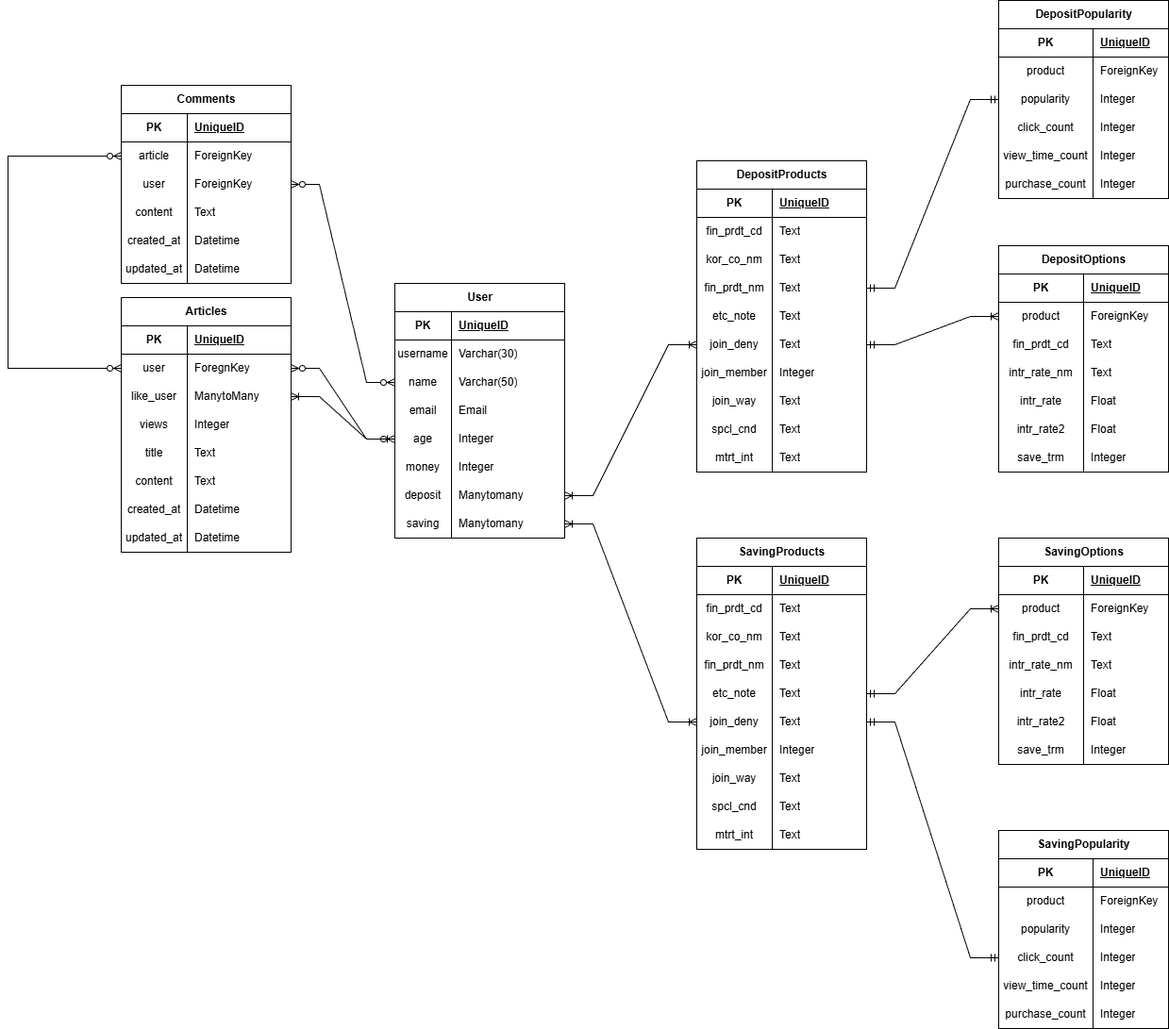
Riis-KIM/PJT-final keeps this draw.io diagram as README_img/ERD.png. Above is the earlier version. Source tidied: cells renumbered, new cells last; positions are measured from the earlier drawing's top-left corner, leaving out a move shared by most shapes.
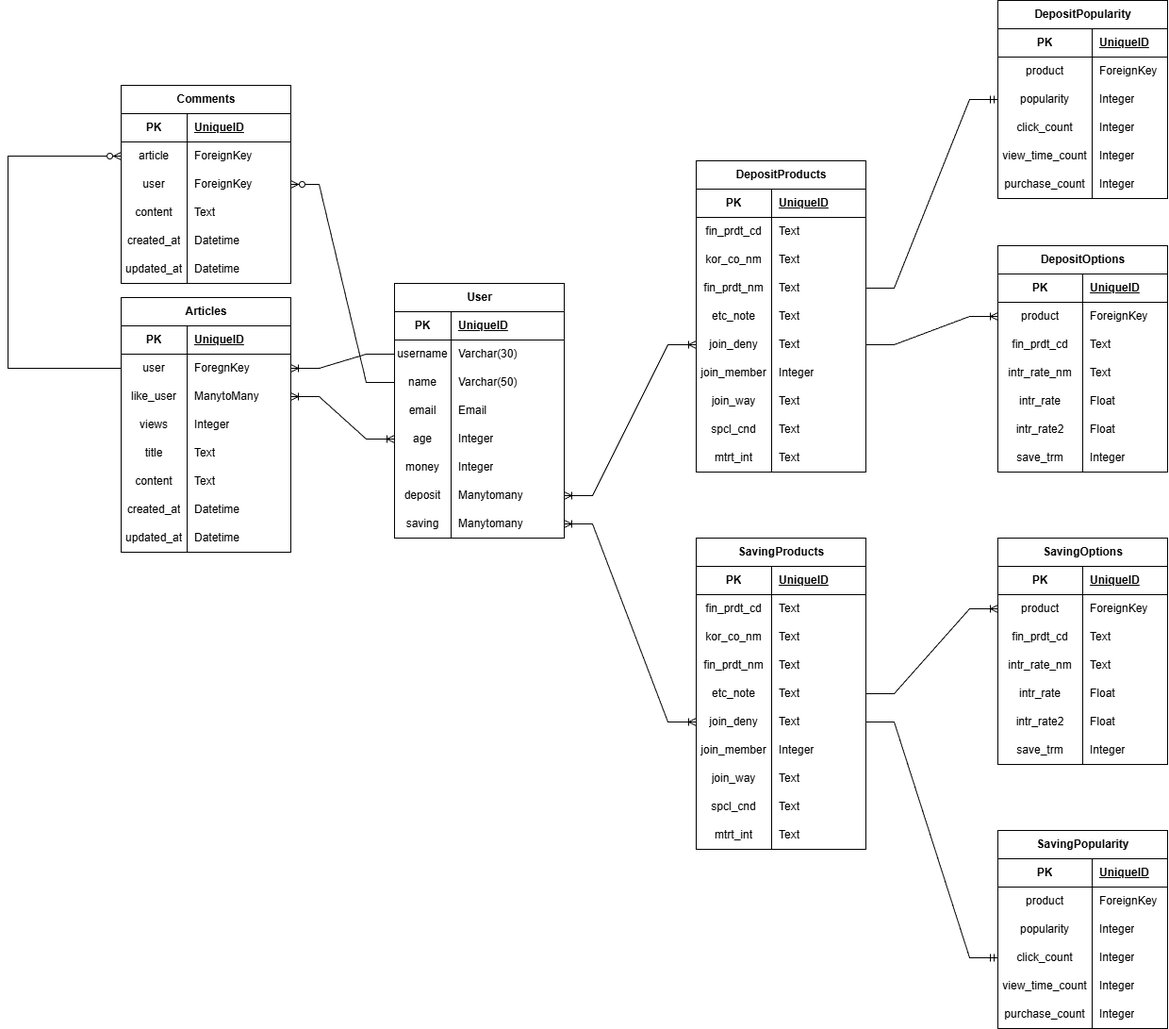
The same file after the commit.

Diff of the diagram source:
```diff
@@ -395,10 +395,10 @@
     <mxCell id="132" value="Integer" style="shape=partialRectangle;fillColor=none;top=0;left=0;bottom=0;right=0;align=left;spacingLeft=6;overflow=hidden;whiteSpace=wrap;html=1;" parent="130" vertex="1">
       <mxGeometry x="90" width="90" height="30" as="geometry" />
     </mxCell>
-    <mxCell id="133" style="edgeStyle=entityRelationEdgeStyle;fontSize=12;html=1;endArrow=ERoneToMany;startArrow=ERmandOne;rounded=0;exitX=1;exitY=0.5;exitDx=0;exitDy=0;" parent="1" edge="1" source="43" target="93">
+    <mxCell id="133" style="edgeStyle=entityRelationEdgeStyle;fontSize=12;html=1;endArrow=ERoneToMany;startArrow=baseDash;rounded=0;exitX=1;exitY=0.5;exitDx=0;exitDy=0;startFill=0;" parent="1" edge="1" source="43" target="93">
       <mxGeometry relative="1" as="geometry" />
     </mxCell>
-    <mxCell id="134" style="edgeStyle=entityRelationEdgeStyle;fontSize=12;html=1;endArrow=ERoneToMany;startArrow=ERmandOne;rounded=0;exitX=1;exitY=0.5;exitDx=0;exitDy=0;entryX=0;entryY=0.5;entryDx=0;entryDy=0;" parent="1" edge="1" source="71" target="115">
+    <mxCell id="134" style="edgeStyle=entityRelationEdgeStyle;fontSize=12;html=1;endArrow=ERoneToMany;startArrow=baseDash;rounded=0;exitX=1;exitY=0.5;exitDx=0;exitDy=0;entryX=0;entryY=0.5;entryDx=0;entryDy=0;startFill=0;" parent="1" edge="1" source="71" target="115">
       <mxGeometry relative="1" as="geometry" />
     </mxCell>
     <mxCell id="135" style="edgeStyle=entityRelationEdgeStyle;fontSize=12;html=1;endArrow=ERoneToMany;startArrow=ERoneToMany;rounded=0;exitX=1;exitY=0.5;exitDx=0;exitDy=0;entryX=0;entryY=0.5;entryDx=0;entryDy=0;" parent="1" edge="1" source="21" target="43">
@@ -539,21 +539,14 @@
     <mxCell id="180" value="Datetime" style="shape=partialRectangle;fillColor=none;top=0;left=0;bottom=0;right=0;align=left;spacingLeft=6;overflow=hidden;whiteSpace=wrap;html=1;" parent="178" vertex="1">
       <mxGeometry x="70" width="110" height="30" as="geometry" />
     </mxCell>
-    <mxCell id="181" style="edgeStyle=entityRelationEdgeStyle;fontSize=12;html=1;endArrow=ERzeroToMany;endFill=1;startArrow=ERzeroToMany;rounded=0;elbow=vertical;exitX=1;exitY=0.5;exitDx=0;exitDy=0;entryX=0;entryY=0.5;entryDx=0;entryDy=0;" parent="1" edge="1" source="169" target="9">
+    <mxCell id="181" style="edgeStyle=entityRelationEdgeStyle;fontSize=12;html=1;endArrow=baseDash;endFill=0;startArrow=ERzeroToMany;rounded=0;elbow=vertical;exitX=1;exitY=0.5;exitDx=0;exitDy=0;entryX=0;entryY=0.5;entryDx=0;entryDy=0;" parent="1" edge="1" source="169" target="9">
       <mxGeometry relative="1" as="geometry">
         <Array as="points">
           <mxPoint x="380" />
         </Array>
       </mxGeometry>
     </mxCell>
-    <mxCell id="182" style="edgeStyle=entityRelationEdgeStyle;fontSize=12;html=1;endArrow=ERzeroToMany;endFill=1;startArrow=ERzeroToMany;rounded=0;elbow=vertical;entryX=0;entryY=0.5;entryDx=0;entryDy=0;exitX=1;exitY=0.5;exitDx=0;exitDy=0;" parent="1" edge="1" source="141" target="15">
-      <mxGeometry relative="1" as="geometry">
-        <Array as="points">
-          <mxPoint y="755" />
-        </Array>
-      </mxGeometry>
-    </mxCell>
-    <mxCell id="183" style="fontSize=12;html=1;endArrow=ERzeroToMany;endFill=1;startArrow=ERzeroToMany;rounded=0;elbow=vertical;entryX=0;entryY=0.5;entryDx=0;entryDy=0;exitX=0;exitY=0.5;exitDx=0;exitDy=0;" parent="1" edge="1" source="141" target="166">
+    <mxCell id="183" style="fontSize=12;html=1;endArrow=ERzeroToMany;endFill=1;startArrow=baseDash;rounded=0;elbow=vertical;entryX=0;entryY=0.5;entryDx=0;entryDy=0;exitX=0;exitY=0.5;exitDx=0;exitDy=0;startFill=0;" parent="1" edge="1" source="141" target="166">
       <mxGeometry relative="1" as="geometry">
         <Array as="points">
           <mxPoint x="20" y="435" />
@@ -676,14 +669,17 @@
     <mxCell id="221" value="Integer" style="shape=partialRectangle;fillColor=none;top=0;left=0;bottom=0;right=0;align=left;spacingLeft=6;overflow=hidden;whiteSpace=wrap;html=1;" parent="219" vertex="1">
       <mxGeometry x="100" width="80" height="30" as="geometry" />
     </mxCell>
-    <mxCell id="222" style="edgeStyle=entityRelationEdgeStyle;fontSize=12;html=1;endArrow=ERmandOne;startArrow=ERmandOne;rounded=0;exitX=1;exitY=0.5;exitDx=0;exitDy=0;entryX=0;entryY=0.5;entryDx=0;entryDy=0;" parent="1" edge="1" source="37" target="210">
+    <mxCell id="222" style="edgeStyle=entityRelationEdgeStyle;fontSize=12;html=1;endArrow=ERmandOne;startArrow=baseDash;rounded=0;exitX=1;exitY=0.5;exitDx=0;exitDy=0;entryX=0;entryY=0.5;entryDx=0;entryDy=0;startFill=0;" parent="1" edge="1" source="37" target="210">
       <mxGeometry relative="1" as="geometry" />
     </mxCell>
-    <mxCell id="223" style="edgeStyle=entityRelationEdgeStyle;fontSize=12;html=1;endArrow=ERmandOne;startArrow=ERmandOne;rounded=0;exitX=1;exitY=0.5;exitDx=0;exitDy=0;entryX=0;entryY=0.5;entryDx=0;entryDy=0;" parent="1" edge="1" source="74" target="194">
+    <mxCell id="223" style="edgeStyle=entityRelationEdgeStyle;fontSize=12;html=1;endArrow=ERmandOne;startArrow=baseDash;rounded=0;exitX=1;exitY=0.5;exitDx=0;exitDy=0;entryX=0;entryY=0.5;entryDx=0;entryDy=0;startFill=0;" parent="1" edge="1" source="74" target="194">
       <mxGeometry relative="1" as="geometry" />
     </mxCell>
     <mxCell id="224" style="edgeStyle=entityRelationEdgeStyle;fontSize=12;html=1;endArrow=ERoneToMany;startArrow=ERoneToMany;rounded=0;exitX=1;exitY=0.5;exitDx=0;exitDy=0;entryX=0;entryY=0.5;entryDx=0;entryDy=0;" parent="1" edge="1" source="144" target="15">
       <mxGeometry relative="1" as="geometry" />
     </mxCell>
+    <mxCell id="225" style="edgeStyle=entityRelationEdgeStyle;fontSize=12;html=1;endArrow=ERoneToMany;rounded=0;entryX=1;entryY=0.5;entryDx=0;entryDy=0;exitX=0;exitY=0.5;exitDx=0;exitDy=0;" parent="1" edge="1" source="6" target="141">
+      <mxGeometry relative="1" as="geometry" />
+    </mxCell>
   </root>
 </mxGraphModel>
```
